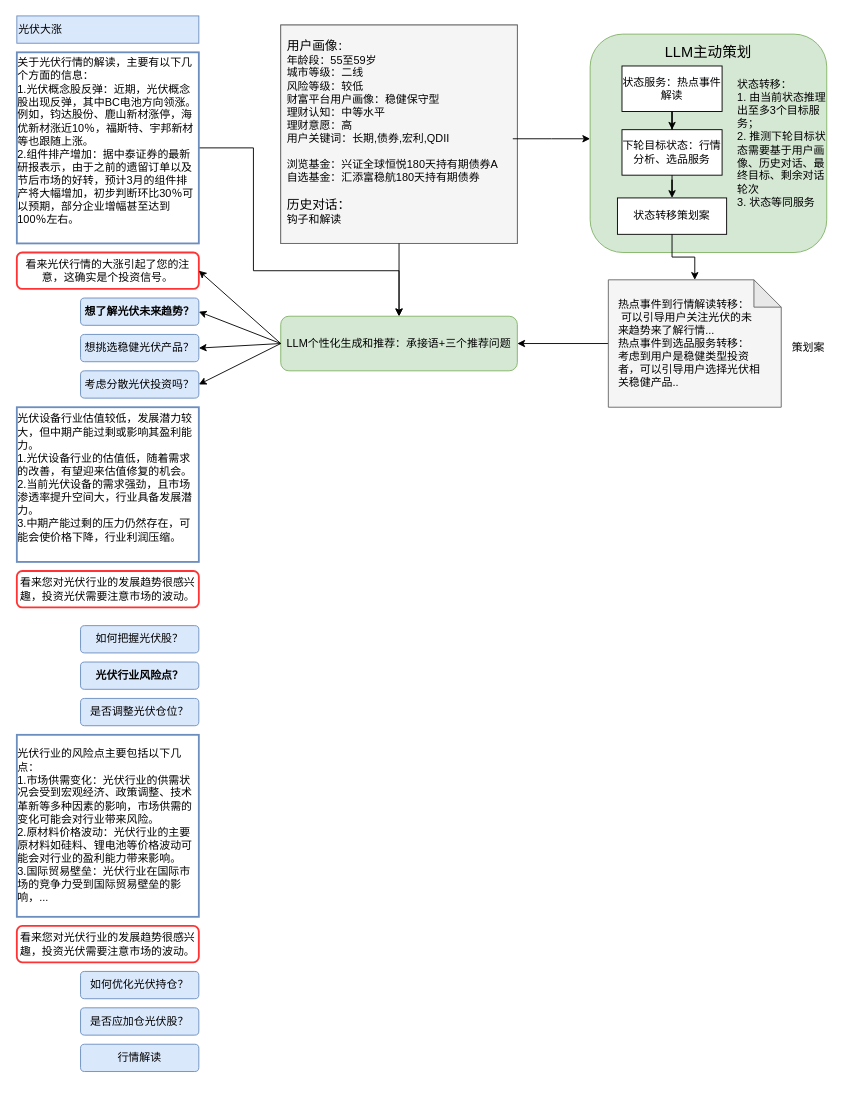
This is 中心场服务引导.drawio from ZhangHammer/ZhangHammer, a draw.io file, before an edit. Source tidied: cells renumbered, new cells numbered last; positions are measured from the earlier drawing's top-left corner, leaving out a move shared by most shapes. Both pictures are drawn from the tidied source at 91%, with x=0, y=0 at pixel (16, 15).
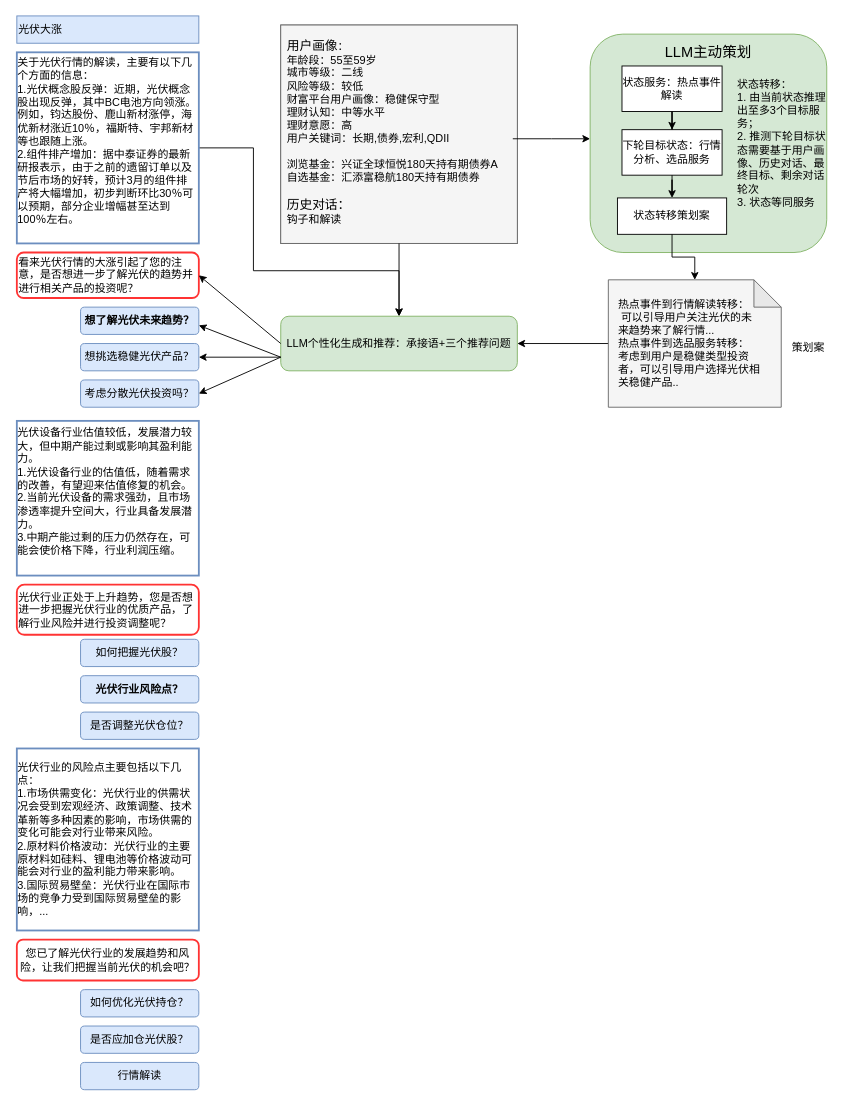
After the change.

Commit message:
中心场服务引导.drawio

The change refers to these unchanged cells:
```xml
<mxCell id="20" value="LLM个性化生成和推荐：承接语+三个推荐问题" style="rounded=1;whiteSpace=wrap;html=1;fillColor=#d5e8d4;strokeColor=#82b366;" parent="1" vertex="1">
  <mxGeometry x="290" y="330" width="260" height="60" as="geometry" />
</mxCell>
```

The edit, as a diff of the source:
```diff
@@
     <mxCell id="5" value="&lt;div class=&quot;lake-content&quot;&gt;&lt;strong&gt;想了解光伏未来趋势？&lt;/strong&gt;&lt;/div&gt;" style="rounded=1;whiteSpace=wrap;html=1;fillColor=#dae8fc;strokeColor=#6c8ebf;" parent="1" vertex="1">
-      <mxGeometry x="70" y="310" width="130" height="30" as="geometry" />
+      <mxGeometry x="70" y="320" width="130" height="30" as="geometry" />
     </mxCell>
     <mxCell id="6" value="&lt;div class=&quot;lake-content&quot;&gt;&lt;div class=&quot;lake-content&quot;&gt;想挑选稳健光伏产品？&lt;/div&gt;&lt;/div&gt;" style="rounded=1;whiteSpace=wrap;html=1;fillColor=#dae8fc;strokeColor=#6c8ebf;" parent="1" vertex="1">
-      <mxGeometry x="70" y="350" width="130" height="30" as="geometry" />
+      <mxGeometry x="70" y="360" width="130" height="30" as="geometry" />
     </mxCell>
     <mxCell id="7" value="&lt;div class=&quot;lake-content&quot;&gt;&lt;div class=&quot;lake-content&quot;&gt;&lt;div class=&quot;lake-content&quot;&gt;考虑分散光伏投资吗？&lt;/div&gt;&lt;/div&gt;&lt;/div&gt;" style="rounded=1;whiteSpace=wrap;html=1;fillColor=#dae8fc;strokeColor=#6c8ebf;" parent="1" vertex="1">
-      <mxGeometry x="70" y="390" width="130" height="30" as="geometry" />
+      <mxGeometry x="70" y="400" width="130" height="30" as="geometry" />
     </mxCell>
     <mxCell id="8" value="&lt;div style=&quot;text-align: left;&quot;&gt;&lt;div&gt;光伏设备行业估值较低，发展潜力较大，但中期产能过剩或影响其盈利能力。&lt;/div&gt;&lt;div&gt;1.光伏设备行业的估值低，随着需求的改善，有望迎来估值修复的机会。&lt;/div&gt;&lt;div&gt;2.当前光伏设备的需求强劲，且市场渗透率提升空间大，行业具备发展潜力。&lt;/div&gt;&lt;div&gt;3.中期产能过剩的压力仍然存在，可能会使价格下降，行业利润压缩。&lt;/div&gt;&lt;/div&gt;&lt;div&gt;&lt;br&gt;&lt;/div&gt;" style="rounded=0;whiteSpace=wrap;html=1;fillColor=none;strokeColor=#6c8ebf;strokeWidth=2;" parent="1" vertex="1">
-      <mxGeometry y="430" width="200" height="170" as="geometry" />
+      <mxGeometry y="445" width="200" height="170" as="geometry" />
     </mxCell>
     <mxCell id="9" value="&lt;div class=&quot;lake-content&quot;&gt;&lt;div class=&quot;lake-content&quot;&gt;如何把握光伏股？&lt;/div&gt;&lt;/div&gt;" style="rounded=1;whiteSpace=wrap;html=1;fillColor=#dae8fc;strokeColor=#6c8ebf;" parent="1" vertex="1">
-      <mxGeometry x="70" y="670" width="130" height="30" as="geometry" />
+      <mxGeometry x="70" y="685" width="130" height="30" as="geometry" />
     </mxCell>
     <mxCell id="10" value="&lt;div class=&quot;lake-content&quot;&gt;&lt;div class=&quot;lake-content&quot;&gt;&lt;div class=&quot;lake-content&quot;&gt;&lt;strong&gt;光伏行业风险点？&lt;/strong&gt;&lt;/div&gt;&lt;/div&gt;&lt;/div&gt;" style="rounded=1;whiteSpace=wrap;html=1;fillColor=#dae8fc;strokeColor=#6c8ebf;" parent="1" vertex="1">
-      <mxGeometry x="70" y="710" width="130" height="30" as="geometry" />
+      <mxGeometry x="70" y="725" width="130" height="30" as="geometry" />
     </mxCell>
     <mxCell id="11" value="&lt;div class=&quot;lake-content&quot;&gt;&lt;div class=&quot;lake-content&quot;&gt;&lt;div class=&quot;lake-content&quot;&gt;是否调整光伏仓位？&lt;/div&gt;&lt;/div&gt;&lt;/div&gt;" style="rounded=1;whiteSpace=wrap;html=1;fillColor=#dae8fc;strokeColor=#6c8ebf;" parent="1" vertex="1">
-      <mxGeometry x="70" y="750" width="130" height="30" as="geometry" />
+      <mxGeometry x="70" y="765" width="130" height="30" as="geometry" />
     </mxCell>
     <mxCell id="12" value="&lt;div style=&quot;text-align: left;&quot;&gt;&lt;div&gt;&lt;br&gt;&lt;/div&gt;&lt;div&gt;&lt;br&gt;&lt;/div&gt;&lt;div&gt;光伏行业的风险点主要包括以下几点：&lt;/div&gt;&lt;div&gt;1.市场供需变化：光伏行业的供需状况会受到宏观经济、政策调整、技术革新等多种因素的影响，市场供需的变化可能会对行业带来风险。&lt;/div&gt;&lt;div&gt;2.原材料价格波动：光伏行业的主要原材料如硅料、锂电池等价格波动可能会对行业的盈利能力带来影响。&lt;/div&gt;&lt;div&gt;3.国际贸易壁垒：光伏行业在国际市场的竞争力受到国际贸易壁垒的影响，...&lt;/div&gt;&lt;div&gt;&lt;br&gt;&lt;/div&gt;&lt;/div&gt;&lt;div&gt;&lt;br&gt;&lt;/div&gt;" style="rounded=0;whiteSpace=wrap;html=1;fillColor=none;strokeColor=#6c8ebf;strokeWidth=2;" parent="1" vertex="1">
-      <mxGeometry y="790" width="200" height="200" as="geometry" />
+      <mxGeometry y="805" width="200" height="200" as="geometry" />
     </mxCell>
     <mxCell id="13" value="&lt;div class=&quot;lake-content&quot;&gt;&lt;div class=&quot;lake-content&quot;&gt;&lt;div class=&quot;lake-content&quot;&gt;如何优化光伏持仓？&lt;/div&gt;&lt;/div&gt;&lt;/div&gt;" style="rounded=1;whiteSpace=wrap;html=1;fillColor=#dae8fc;strokeColor=#6c8ebf;" parent="1" vertex="1">
-      <mxGeometry x="70" y="1050" width="130" height="30" as="geometry" />
+      <mxGeometry x="70" y="1070" width="130" height="30" as="geometry" />
     </mxCell>
     <mxCell id="14" value="&lt;div class=&quot;lake-content&quot;&gt;&lt;div class=&quot;lake-content&quot;&gt;&lt;div class=&quot;lake-content&quot;&gt;&lt;div class=&quot;lake-content&quot;&gt;是否应加仓光伏股？&lt;/div&gt;&lt;/div&gt;&lt;/div&gt;&lt;/div&gt;" style="rounded=1;whiteSpace=wrap;html=1;fillColor=#dae8fc;strokeColor=#6c8ebf;" parent="1" vertex="1">
-      <mxGeometry x="70" y="1090" width="130" height="30" as="geometry" />
+      <mxGeometry x="70" y="1110" width="130" height="30" as="geometry" />
     </mxCell>
     <mxCell id="15" value="&lt;div class=&quot;lake-content&quot;&gt;&lt;div class=&quot;lake-content&quot;&gt;&lt;div class=&quot;lake-content&quot;&gt;&lt;div class=&quot;lake-content&quot;&gt;行情解读&lt;/div&gt;&lt;/div&gt;&lt;/div&gt;&lt;/div&gt;" style="rounded=1;whiteSpace=wrap;html=1;fillColor=#dae8fc;strokeColor=#6c8ebf;" parent="1" vertex="1">
-      <mxGeometry x="70" y="1130" width="130" height="30" as="geometry" />
+      <mxGeometry x="70" y="1150" width="130" height="30" as="geometry" />
     </mxCell>
-    <mxCell id="16" value="&lt;div class=&quot;lake-content&quot;&gt;看来光伏行情的大涨引起了您的注意，这确实是个投资信号。&lt;/div&gt;" style="rounded=1;whiteSpace=wrap;html=1;fillColor=none;strokeColor=#FF3333;strokeWidth=2;" parent="1" vertex="1">
-      <mxGeometry y="260" width="200" height="40" as="geometry" />
+    <mxCell id="16" value="&lt;div class=&quot;lake-content&quot;&gt;看来光伏行情的大涨引起了您的注意，是否想进一步了解光伏的趋势并进行相关产品的投资呢？&lt;/div&gt;" style="rounded=1;whiteSpace=wrap;html=1;fillColor=none;strokeColor=#FF3333;strokeWidth=2;align=left;" parent="1" vertex="1">
+      <mxGeometry y="260" width="200" height="50" as="geometry" />
     </mxCell>
-    <mxCell id="17" value="&lt;div class=&quot;lake-content&quot;&gt;&lt;div class=&quot;lake-content&quot;&gt;看来您对光伏行业的发展趋势很感兴趣，投资光伏需要注意市场的波动。&lt;/div&gt;&lt;/div&gt;" style="rounded=1;whiteSpace=wrap;html=1;fillColor=none;strokeColor=#FF3333;strokeWidth=2;" parent="1" vertex="1">
-      <mxGeometry y="610" width="200" height="40" as="geometry" />
+    <mxCell id="17" value="&lt;div class=&quot;lake-content&quot;&gt;&lt;div class=&quot;lake-content&quot;&gt;光伏行业正处于上升趋势，您是否想进一步把握光伏行业的优质产品，了解行业风险并进行投资调整呢？&lt;/div&gt;&lt;/div&gt;" style="rounded=1;whiteSpace=wrap;html=1;fillColor=none;strokeColor=#FF3333;strokeWidth=2;align=left;" parent="1" vertex="1">
+      <mxGeometry y="625" width="200" height="55" as="geometry" />
     </mxCell>
-    <mxCell id="18" value="&lt;div class=&quot;lake-content&quot;&gt;&lt;div class=&quot;lake-content&quot;&gt;看来您对光伏行业的发展趋势很感兴趣，投资光伏需要注意市场的波动。&lt;/div&gt;&lt;/div&gt;" style="rounded=1;whiteSpace=wrap;html=1;fillColor=none;strokeColor=#FF3333;strokeWidth=2;" parent="1" vertex="1">
-      <mxGeometry y="1000" width="200" height="40" as="geometry" />
+    <mxCell id="18" value="&lt;div class=&quot;lake-content&quot;&gt;&lt;div class=&quot;lake-content&quot;&gt;您已了解光伏行业的发展趋势和风险，让我们把握当前光伏的机会吧？&lt;/div&gt;&lt;/div&gt;" style="rounded=1;whiteSpace=wrap;html=1;fillColor=none;strokeColor=#FF3333;strokeWidth=2;" parent="1" vertex="1">
+      <mxGeometry y="1015" width="200" height="45" as="geometry" />
     </mxCell>
@@
-    <mxCell id="40" style="endArrow=classic;html=1;rounded=0;entryX=1;entryY=0.5;entryDx=0;entryDy=0;" parent="1" edge="1" target="5">
+    <mxCell id="40" style="endArrow=classic;html=1;rounded=0;entryX=1;entryY=0.5;entryDx=0;entryDy=0;" parent="1" edge="1">
       <mxGeometry relative="1" as="geometry">
-        <mxPoint x="290" y="360" as="sourcePoint" />
+        <mxPoint x="290" y="375" as="sourcePoint" />
+        <mxPoint x="200" y="340" as="targetPoint" />
       </mxGeometry>
     </mxCell>
-    <mxCell id="41" style="endArrow=classic;html=1;rounded=0;exitX=0;exitY=0.5;exitDx=0;exitDy=0;entryX=1;entryY=0.5;entryDx=0;entryDy=0;" parent="1" edge="1" source="20" target="6">
-      <mxGeometry relative="1" as="geometry" />
+    <mxCell id="41" style="endArrow=classic;html=1;rounded=0;exitX=0;exitY=0.5;exitDx=0;exitDy=0;entryX=1;entryY=0.5;entryDx=0;entryDy=0;" parent="1" edge="1" target="6">
+      <mxGeometry relative="1" as="geometry">
+        <mxPoint x="290" y="375" as="sourcePoint" />
+      </mxGeometry>
     </mxCell>
-    <mxCell id="42" style="endArrow=classic;html=1;rounded=0;entryX=1;entryY=0.5;entryDx=0;entryDy=0;exitX=0;exitY=0.5;exitDx=0;exitDy=0;" parent="1" edge="1" source="20" target="7">
-      <mxGeometry relative="1" as="geometry" />
+    <mxCell id="42" style="endArrow=classic;html=1;rounded=0;entryX=1;entryY=0.5;entryDx=0;entryDy=0;exitX=0;exitY=0.5;exitDx=0;exitDy=0;" parent="1" edge="1" target="7">
+      <mxGeometry relative="1" as="geometry">
+        <mxPoint x="290" y="375" as="sourcePoint" />
+      </mxGeometry>
     </mxCell>
```
